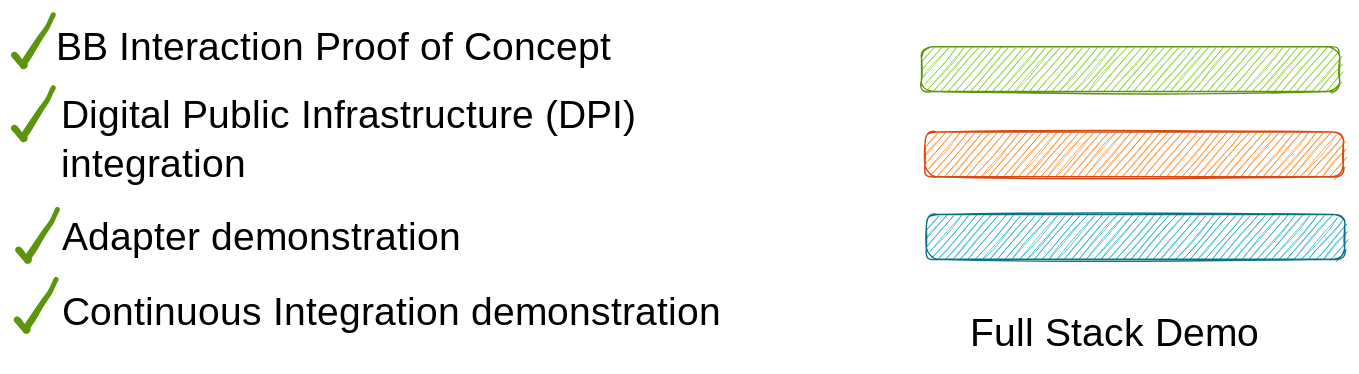
Before: docs/.gitbook/assets/file.excalidraw.svg, a diagram exported from Excalidraw (GovStackWorkingGroup/sandbox). Source tidied: one line per element, renumbered; positions are measured from the earlier drawing's top-left corner, leaving out a move shared by most shapes.
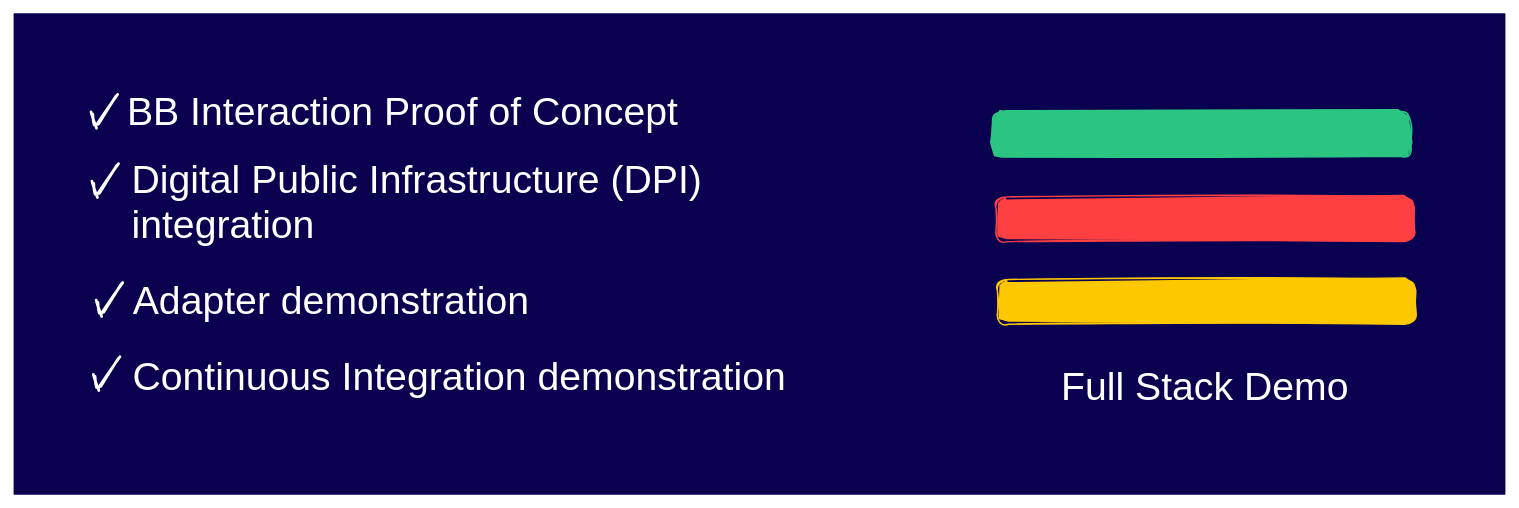
After the change.

Commit message:
Nico's Sep 28 changes

Diff of the diagram source:
```diff
@@ -1,12 +1,17 @@
+{"id": 12, "type": "rectangle", "strokeColor": "#0a0050", "backgroundColor": "#0a0050", "fillStyle": "solid", "strokeWidth": 1, "roughness": 0, "x": -51, "y": -46, "width": 1065, "height": 343}
-{"id": 0, "type": "rectangle", "strokeColor": "#5c940d", "backgroundColor": "#82c91e", "fillStyle": "hachure", "strokeWidth": 1, "roughness": 1, "round": true, "x": 648, "y": 23, "width": 299, "height": 32}
+{"id": 0, "type": "rectangle", "strokeColor": "#2bc582", "backgroundColor": "#2bc582", "fillStyle": "solid", "strokeWidth": 1, "roughness": 1, "round": true, "x": 648, "y": 23, "width": 299, "height": 32}
-{"id": 1, "type": "rectangle", "strokeColor": "#d9480f", "backgroundColor": "#fd7e14", "fillStyle": "hachure", "strokeWidth": 1, "roughness": 1, "round": true, "x": 651, "y": 84, "width": 299, "height": 32}
+{"id": 1, "type": "rectangle", "strokeColor": "#ff4042", "backgroundColor": "#ff4042", "fillStyle": "solid", "strokeWidth": 1, "roughness": 1, "round": true, "x": 651, "y": 84, "width": 299, "height": 32}
-{"id": 2, "type": "rectangle", "strokeColor": "#0b7285", "backgroundColor": "#15aabf", "fillStyle": "hachure", "strokeWidth": 1, "roughness": 1, "round": true, "x": 652, "y": 143, "width": 299, "height": 32}
+{"id": 2, "type": "rectangle", "strokeColor": "#fec800", "backgroundColor": "#fec800", "fillStyle": "solid", "strokeWidth": 1, "roughness": 1, "round": true, "x": 652, "y": 143, "width": 299, "height": 32}
-{"id": 3, "type": "text", "text": "Full Stack Demo", "strokeColor": "#000000", "backgroundColor": "#15aabf", "fillStyle": "hachure", "strokeWidth": 1, "roughness": 1, "fontSize": 28, "fontFamily": 1, "x": 683, "y": 212, "width": 224, "height": 35}
+{"id": 3, "type": "text", "text": "Full Stack Demo", "strokeColor": "#fff", "backgroundColor": "#15aabf", "fillStyle": "hachure", "strokeWidth": 1, "roughness": 1, "fontSize": 28, "fontFamily": 2, "x": 697, "y": 204, "width": 205, "height": 32}
-{"id": 4, "type": "text", "text": "BB Interaction Proof of Concept", "strokeColor": "#000000", "strokeWidth": 1, "roughness": 1, "fontSize": 28, "fontFamily": 1, "x": 30, "y": 8, "width": 461, "height": 35}
+{"id": 4, "type": "text", "text": "BB Interaction Proof of Concept", "strokeColor": "#fff", "strokeWidth": 1, "roughness": 1, "fontSize": 28, "fontFamily": 2, "x": 30, "y": 8, "width": 394, "height": 32}
-{"id": 5, "type": "freedraw", "strokeColor": "#5c940d", "strokeWidth": 1, "roughness": 1, "x": 0, "y": 20, "width": 28, "height": 37, "points": [[0, 9], [1, 9], [1, 11], [3, 11], [3, 12], [3, 14], [4, 14], [4, 15], [6, 15], [6, 17], [7, 17], [7, 14], [13, 5], [18, -2], [24, -11], [27, -14], [27, -17], [28, -19], [28, -20], [28, -20]]}
-{"id": 6, "type": "text", "text": "Digital Public Infrastructure (DPI) \nintegration", "strokeColor": "#000000", "strokeWidth": 1, "roughness": 1, "fontSize": 28, "fontFamily": 1, "x": 33, "y": 56, "width": 504, "height": 70}
+{"id": 6, "type": "text", "text": "Digital Public Infrastructure (DPI) \nintegration", "strokeColor": "#fff", "strokeWidth": 1, "roughness": 1, "fontSize": 28, "fontFamily": 2, "x": 33, "y": 56, "width": 415, "height": 64}
-{"id": 7, "type": "text", "text": "Adapter demonstration", "strokeColor": "#000000", "strokeWidth": 1, "roughness": 1, "fontSize": 28, "fontFamily": 1, "x": 34, "y": 143, "width": 314, "height": 35}
+{"id": 7, "type": "text", "text": "Adapter demonstration", "strokeColor": "#fff", "strokeWidth": 1, "roughness": 1, "fontSize": 28, "fontFamily": 2, "x": 34, "y": 143, "width": 283, "height": 32}
-{"id": 8, "type": "text", "text": "Continuous Integration demonstration", "strokeColor": "#000000", "strokeWidth": 1, "roughness": 1, "fontSize": 28, "fontFamily": 1, "x": 34, "y": 197, "width": 517, "height": 35}
+{"id": 8, "type": "text", "text": "Continuous Integration demonstration", "strokeColor": "#fff", "strokeWidth": 1, "roughness": 1, "fontSize": 28, "fontFamily": 2, "x": 34, "y": 197, "width": 467, "height": 32}
-{"id": 9, "type": "freedraw", "strokeColor": "#5c940d", "strokeWidth": 1, "roughness": 1, "x": 0, "y": 72, "width": 28, "height": 37, "points": [[0, 9], [1, 9], [1, 11], [3, 11], [3, 12], [3, 14], [4, 14], [4, 15], [6, 15], [6, 17], [7, 17], [7, 14], [13, 5], [18, -2], [24, -11], [27, -14], [27, -17], [28, -19], [28, -20], [28, -20]]}
-{"id": 10, "type": "freedraw", "strokeColor": "#5c940d", "strokeWidth": 1, "roughness": 1, "x": 3, "y": 159, "width": 28, "height": 37, "points": [[0, 9], [1, 9], [1, 11], [3, 11], [3, 12], [3, 14], [4, 14], [4, 15], [6, 15], [6, 17], [7, 17], [7, 14], [13, 5], [18, -2], [24, -11], [27, -14], [27, -17], [28, -19], [28, -20], [28, -20]]}
-{"id": 11, "type": "freedraw", "strokeColor": "#5c940d", "strokeWidth": 1, "roughness": 1, "x": 2, "y": 209, "width": 28, "height": 37, "points": [[0, 9], [1, 9], [1, 11], [3, 11], [3, 12], [3, 14], [4, 14], [4, 15], [6, 15], [6, 17], [7, 17], [7, 14], [13, 5], [18, -2], [24, -11], [27, -14], [27, -17], [28, -19], [28, -20], [28, -20]]}
+{"id": 13, "type": "line", "strokeColor": "#fff", "backgroundColor": "#fff", "fillStyle": "solid", "strokeWidth": 2, "roughness": 1, "round": true, "x": 9, "y": 33, "width": 15, "height": 22, "points": [[0, 0], [15, -22]]}
+{"id": 14, "type": "line", "strokeColor": "#fff", "backgroundColor": "#fff", "fillStyle": "solid", "strokeWidth": 2, "roughness": 1, "round": true, "x": 7, "y": 33, "width": 1, "height": 9, "points": [[0, 0], [-1, -9]]}
+{"id": 15, "type": "line", "strokeColor": "#fff", "backgroundColor": "#fff", "fillStyle": "solid", "strokeWidth": 2, "roughness": 1, "round": true, "x": 9, "y": 83, "width": 15, "height": 22, "points": [[0, 0], [15, -22]]}
+{"id": 16, "type": "line", "strokeColor": "#fff", "backgroundColor": "#fff", "fillStyle": "solid", "strokeWidth": 2, "roughness": 1, "round": true, "x": 8, "y": 83, "width": 1, "height": 9, "points": [[0, 0], [-1, -9]]}
+{"id": 17, "type": "line", "strokeColor": "#fff", "backgroundColor": "#fff", "fillStyle": "solid", "strokeWidth": 2, "roughness": 1, "round": true, "x": 12, "y": 168, "width": 15, "height": 22, "points": [[0, 0], [15, -22]]}
+{"id": 18, "type": "line", "strokeColor": "#fff", "backgroundColor": "#fff", "fillStyle": "solid", "strokeWidth": 2, "roughness": 1, "round": true, "x": 11, "y": 168, "width": 1, "height": 9, "points": [[0, 0], [-1, -9]]}
+{"id": 19, "type": "line", "strokeColor": "#fff", "backgroundColor": "#fff", "fillStyle": "solid", "strokeWidth": 2, "roughness": 1, "round": true, "x": 10, "y": 221, "width": 15, "height": 22, "points": [[0, 0], [15, -22]]}
+{"id": 20, "type": "line", "strokeColor": "#fff", "backgroundColor": "#fff", "fillStyle": "solid", "strokeWidth": 2, "roughness": 1, "round": true, "x": 9, "y": 221, "width": 1, "height": 9, "points": [[0, 0], [-1, -9]]}
```
